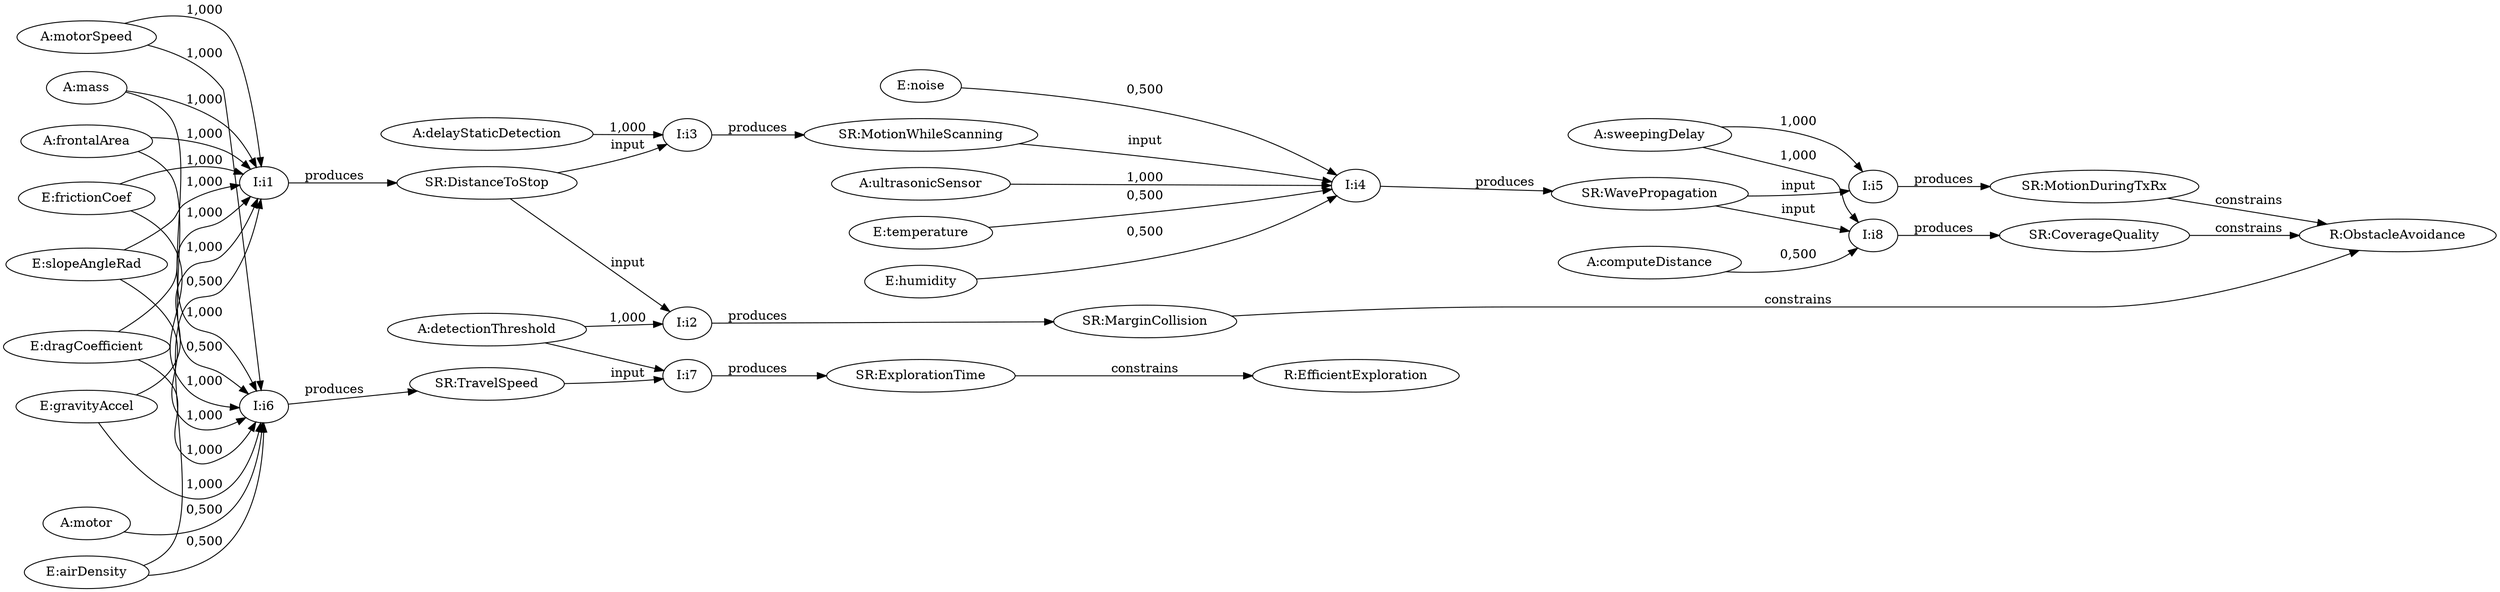
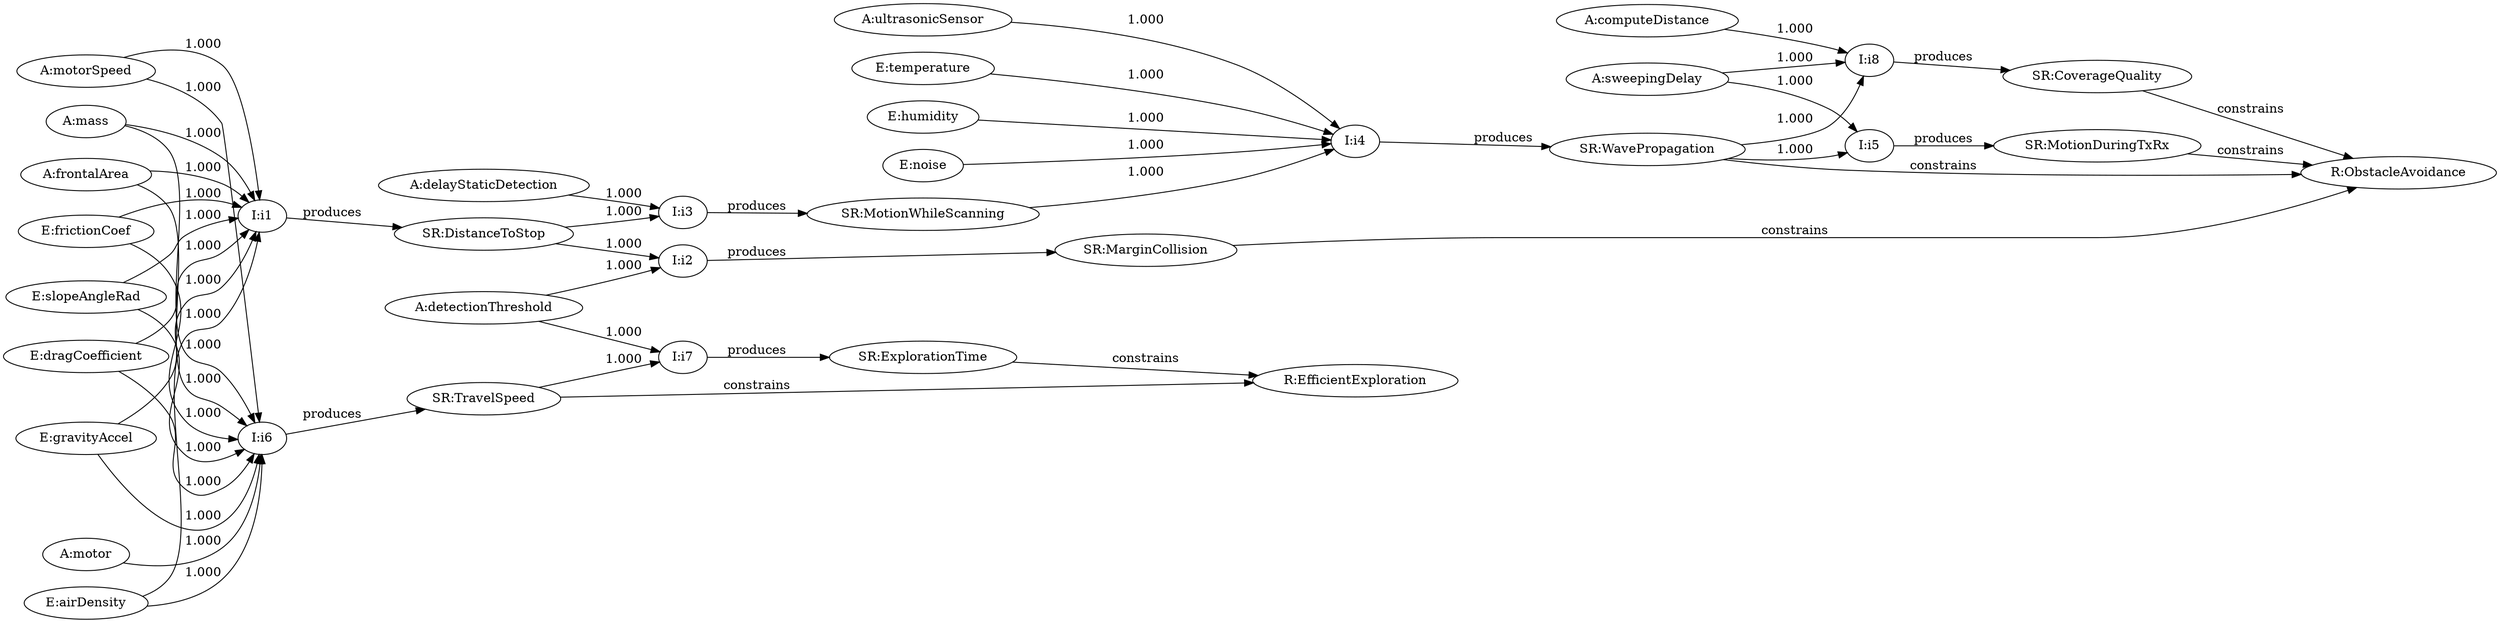
strict digraph G {
  rankdir=LR;
  I_i1_2215b9 [ label="I:i1" ];
  A_motorSpeed_c60755ab [ label="A:motorSpeed" ];
  A_mass_724f5a8d [ label="A:mass" ];
  A_frontalArea_f9af3d08 [ label="A:frontalArea" ];
  E_frictionCoef_59bb6d3c [ label="E:frictionCoef" ];
  E_slopeAngleRad_8779e298 [ label="E:slopeAngleRad" ];
  E_dragCoefficient_9264b62c [ label="E:dragCoefficient" ];
  E_gravityAccel_9e12184f [ label="E:gravityAccel" ];
  E_airDensity_30a29e93 [ label="E:airDensity" ];
  SR_DistanceToStop_6857ac0d [ label="SR:DistanceToStop" ];
  I_i2_2215ba [ label="I:i2" ];
  A_detectionThreshold_e468d33f [ label="A:detectionThreshold" ];
  SR_MarginCollision_88edcde9 [ label="SR:MarginCollision" ];
  R_ObstacleAvoidance_189ae12d [ label="R:ObstacleAvoidance" ];
  I_i3_2215bb [ label="I:i3" ];
  A_delayStaticDetection_a73be14d [ label="A:delayStaticDetection" ];
  SR_MotionWhileScanning_eb0eed31 [ label="SR:MotionWhileScanning" ];
  I_i4_2215bc [ label="I:i4" ];
  A_ultrasonicSensor_d0af77f3 [ label="A:ultrasonicSensor" ];
  E_temperature_1abcfdbf [ label="E:temperature" ];
  E_humidity_8ff6e048 [ label="E:humidity" ];
  E_noise_ab4933a5 [ label="E:noise" ];
  SR_WavePropagation_91c045d8 [ label="SR:WavePropagation" ];
  I_i5_2215bd [ label="I:i5" ];
  A_sweepingDelay_bc83fa34 [ label="A:sweepingDelay" ];
  SR_MotionDuringTxRx_940559fc [ label="SR:MotionDuringTxRx" ];
  I_i6_2215be [ label="I:i6" ];
  A_motor_d7a257fc [ label="A:motor" ];
  SR_TravelSpeed_ae7e8492 [ label="SR:TravelSpeed" ];
+   R_EfficientExploration_f269058a [ label="R:EfficientExploration" ];
  I_i7_2215bf [ label="I:i7" ];
  SR_ExplorationTime_6b02d455 [ label="SR:ExplorationTime" ];
-   R_EfficientExploration_f269058a [ label="R:EfficientExploration" ];
  I_i8_2215c0 [ label="I:i8" ];
  A_computeDistance_828cf413 [ label="A:computeDistance" ];
  SR_CoverageQuality_24e856bc [ label="SR:CoverageQuality" ];
-   A_motorSpeed_c60755ab -> I_i1_2215b9 [ label="1,000" ];
-   A_mass_724f5a8d -> I_i1_2215b9 [ label="1,000" ];
-   A_frontalArea_f9af3d08 -> I_i1_2215b9 [ label="1,000" ];
-   E_frictionCoef_59bb6d3c -> I_i1_2215b9 [ label="1,000" ];
-   E_slopeAngleRad_8779e298 -> I_i1_2215b9 [ label="1,000" ];
-   E_dragCoefficient_9264b62c -> I_i1_2215b9 [ label="1,000" ];
-   E_gravityAccel_9e12184f -> I_i1_2215b9 [ label="1,000" ];
-   E_airDensity_30a29e93 -> I_i1_2215b9 [ label="0,500" ];
+   A_motorSpeed_c60755ab -> I_i1_2215b9 [ label="1.000" ];
+   A_mass_724f5a8d -> I_i1_2215b9 [ label="1.000" ];
+   A_frontalArea_f9af3d08 -> I_i1_2215b9 [ label="1.000" ];
+   E_frictionCoef_59bb6d3c -> I_i1_2215b9 [ label="1.000" ];
+   E_slopeAngleRad_8779e298 -> I_i1_2215b9 [ label="1.000" ];
+   E_dragCoefficient_9264b62c -> I_i1_2215b9 [ label="1.000" ];
+   E_gravityAccel_9e12184f -> I_i1_2215b9 [ label="1.000" ];
+   E_airDensity_30a29e93 -> I_i1_2215b9 [ label="1.000" ];
  I_i1_2215b9 -> SR_DistanceToStop_6857ac0d [ label="produces" ];
-   A_detectionThreshold_e468d33f -> I_i2_2215ba [ label="1,000" ];
-   SR_DistanceToStop_6857ac0d -> I_i2_2215ba [ label="input" ];
+   A_detectionThreshold_e468d33f -> I_i2_2215ba [ label="1.000" ];
+   SR_DistanceToStop_6857ac0d -> I_i2_2215ba [ label="1.000" ];
  I_i2_2215ba -> SR_MarginCollision_88edcde9 [ label="produces" ];
  SR_MarginCollision_88edcde9 -> R_ObstacleAvoidance_189ae12d [ label="constrains" ];
-   SR_DistanceToStop_6857ac0d -> I_i3_2215bb [ label="input" ];
-   A_delayStaticDetection_a73be14d -> I_i3_2215bb [ label="1,000" ];
+   SR_DistanceToStop_6857ac0d -> I_i3_2215bb [ label="1.000" ];
+   A_delayStaticDetection_a73be14d -> I_i3_2215bb [ label="1.000" ];
  I_i3_2215bb -> SR_MotionWhileScanning_eb0eed31 [ label="produces" ];
-   A_ultrasonicSensor_d0af77f3 -> I_i4_2215bc [ label="1,000" ];
-   SR_MotionWhileScanning_eb0eed31 -> I_i4_2215bc [ label="input" ];
-   E_temperature_1abcfdbf -> I_i4_2215bc [ label="0,500" ];
-   E_humidity_8ff6e048 -> I_i4_2215bc [ label="0,500" ];
-   E_noise_ab4933a5 -> I_i4_2215bc [ label="0,500" ];
+   A_ultrasonicSensor_d0af77f3 -> I_i4_2215bc [ label="1.000" ];
+   SR_MotionWhileScanning_eb0eed31 -> I_i4_2215bc [ label="1.000" ];
+   E_temperature_1abcfdbf -> I_i4_2215bc [ label="1.000" ];
+   E_humidity_8ff6e048 -> I_i4_2215bc [ label="1.000" ];
+   E_noise_ab4933a5 -> I_i4_2215bc [ label="1.000" ];
  I_i4_2215bc -> SR_WavePropagation_91c045d8 [ label="produces" ];
-   SR_WavePropagation_91c045d8 -> I_i5_2215bd [ label="input" ];
-   A_sweepingDelay_bc83fa34 -> I_i5_2215bd [ label="1,000" ];
+   SR_WavePropagation_91c045d8 -> R_ObstacleAvoidance_189ae12d [ label="constrains" ];
+   SR_WavePropagation_91c045d8 -> I_i5_2215bd [ label="1.000" ];
+   A_sweepingDelay_bc83fa34 -> I_i5_2215bd [ label="1.000" ];
  I_i5_2215bd -> SR_MotionDuringTxRx_940559fc [ label="produces" ];
  SR_MotionDuringTxRx_940559fc -> R_ObstacleAvoidance_189ae12d [ label="constrains" ];
-   A_motorSpeed_c60755ab -> I_i6_2215be [ label="1,000" ];
-   A_mass_724f5a8d -> I_i6_2215be [ label="1,000" ];
-   A_frontalArea_f9af3d08 -> I_i6_2215be [ label="0,500" ];
-   A_motor_d7a257fc -> I_i6_2215be [ label="0,500" ];
-   E_frictionCoef_59bb6d3c -> I_i6_2215be [ label="1,000" ];
-   E_slopeAngleRad_8779e298 -> I_i6_2215be [ label="1,000" ];
-   E_dragCoefficient_9264b62c -> I_i6_2215be [ label="1,000" ];
-   E_gravityAccel_9e12184f -> I_i6_2215be [ label="1,000" ];
-   E_airDensity_30a29e93 -> I_i6_2215be [ label="0,500" ];
+   A_motorSpeed_c60755ab -> I_i6_2215be [ label="1.000" ];
+   A_mass_724f5a8d -> I_i6_2215be [ label="1.000" ];
+   A_frontalArea_f9af3d08 -> I_i6_2215be [ label="1.000" ];
+   A_motor_d7a257fc -> I_i6_2215be [ label="1.000" ];
+   E_frictionCoef_59bb6d3c -> I_i6_2215be [ label="1.000" ];
+   E_slopeAngleRad_8779e298 -> I_i6_2215be [ label="1.000" ];
+   E_dragCoefficient_9264b62c -> I_i6_2215be [ label="1.000" ];
+   E_gravityAccel_9e12184f -> I_i6_2215be [ label="1.000" ];
+   E_airDensity_30a29e93 -> I_i6_2215be [ label="1.000" ];
  I_i6_2215be -> SR_TravelSpeed_ae7e8492 [ label="produces" ];
-   SR_TravelSpeed_ae7e8492 -> I_i7_2215bf [ label="input" ];
-   A_detectionThreshold_e468d33f -> I_i7_2215bf [ ];
+   SR_TravelSpeed_ae7e8492 -> R_EfficientExploration_f269058a [ label="constrains" ];
+   SR_TravelSpeed_ae7e8492 -> I_i7_2215bf [ label="1.000" ];
+   A_detectionThreshold_e468d33f -> I_i7_2215bf [ label="1.000" ];
  I_i7_2215bf -> SR_ExplorationTime_6b02d455 [ label="produces" ];
  SR_ExplorationTime_6b02d455 -> R_EfficientExploration_f269058a [ label="constrains" ];
-   SR_WavePropagation_91c045d8 -> I_i8_2215c0 [ label="input" ];
-   A_sweepingDelay_bc83fa34 -> I_i8_2215c0 [ label="1,000" ];
-   A_computeDistance_828cf413 -> I_i8_2215c0 [ label="0,500" ];
+   SR_WavePropagation_91c045d8 -> I_i8_2215c0 [ label="1.000" ];
+   A_sweepingDelay_bc83fa34 -> I_i8_2215c0 [ label="1.000" ];
+   A_computeDistance_828cf413 -> I_i8_2215c0 [ label="1.000" ];
  I_i8_2215c0 -> SR_CoverageQuality_24e856bc [ label="produces" ];
  SR_CoverageQuality_24e856bc -> R_ObstacleAvoidance_189ae12d [ label="constrains" ];
}
